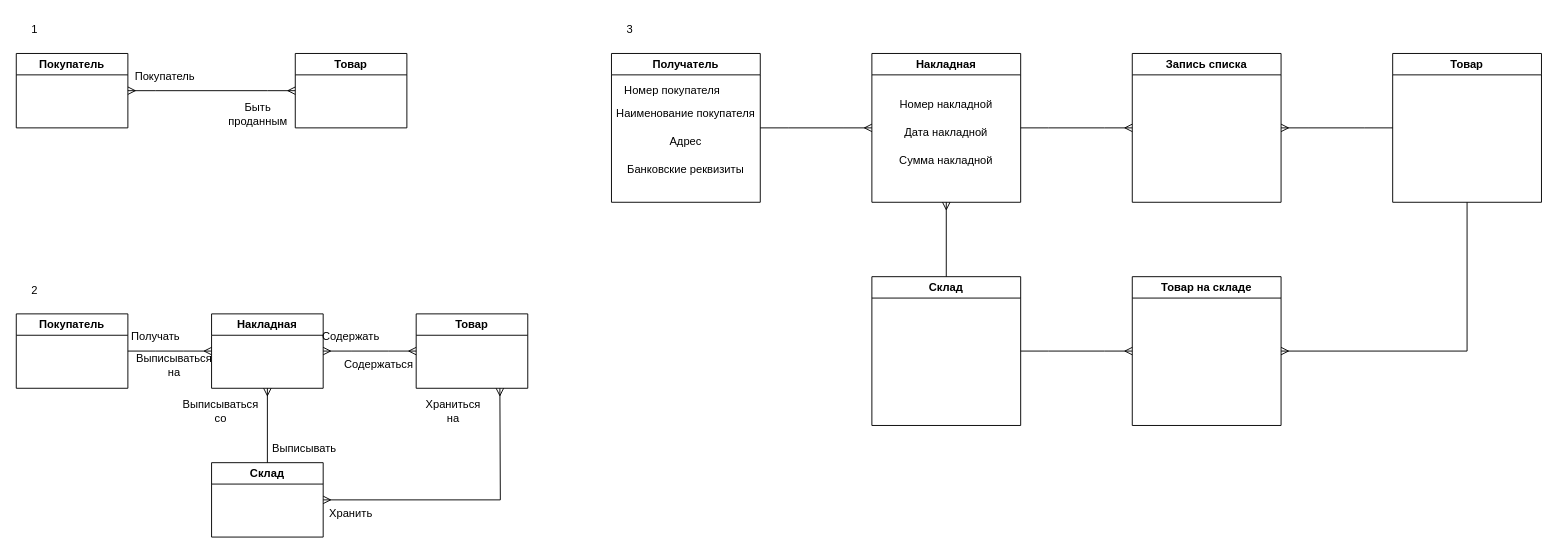
Before: Схема_1.drawio in Deviant1407/Info-Security-and-Data-Base, a draw.io diagram. Source tidied: cells renumbered, new cells numbered last; positions are measured from the earlier drawing's top-left corner, leaving out a move shared by most shapes. Both pictures are drawn from the tidied source at 93%, with x=0, y=0 at pixel (16, 16).
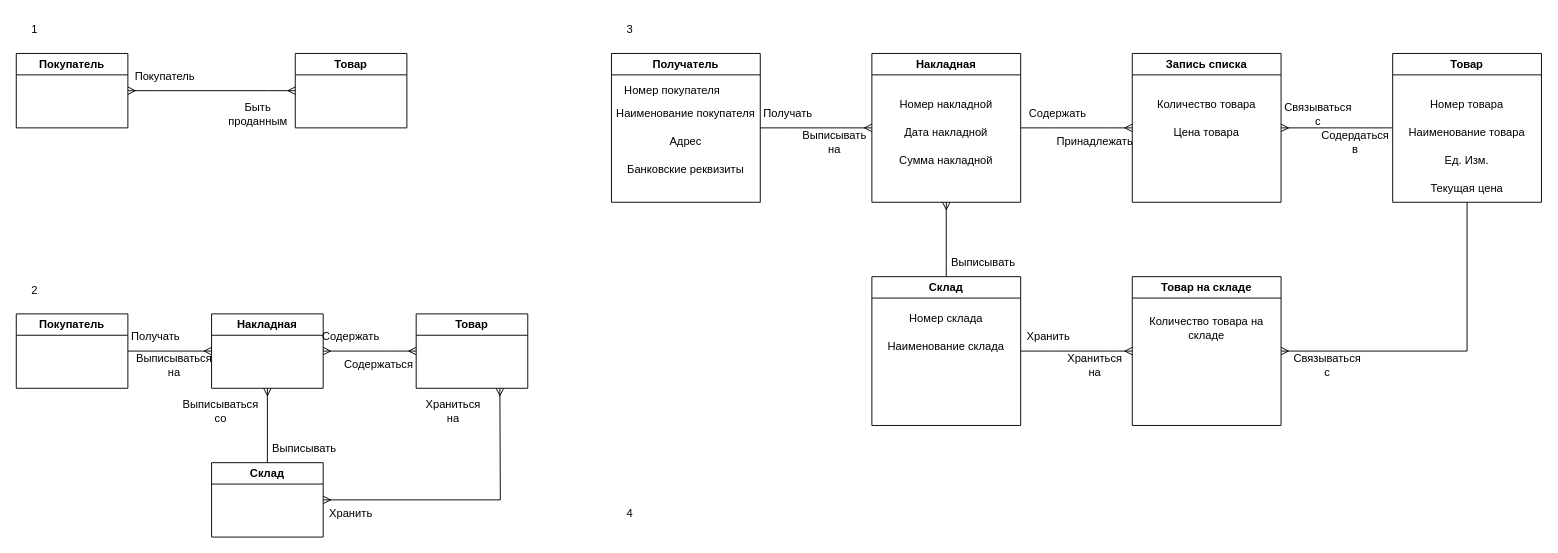
Above is the later version.

Unchanged cells that the change refers to:
```xml
<mxCell id="35" value="Запись списка" style="swimlane;whiteSpace=wrap;html=1;" parent="1" vertex="1">
  <mxGeometry x="1200" y="40" width="160" height="160" as="geometry" />
</mxCell>
<mxCell id="36" value="Склад" style="swimlane;whiteSpace=wrap;html=1;" parent="1" vertex="1">
  <mxGeometry x="920" y="280" width="160" height="160" as="geometry" />
</mxCell>
<mxCell id="38" value="Товар" style="swimlane;whiteSpace=wrap;html=1;" parent="1" vertex="1">
  <mxGeometry x="1480" y="40" width="160" height="160" as="geometry" />
</mxCell>
```

Diff of the diagram source:
```diff
@@
+    <mxCell id="45" value="Количество товара" style="text;html=1;strokeColor=none;fillColor=none;align=center;verticalAlign=middle;whiteSpace=wrap;rounded=0;" parent="35" vertex="1">
+      <mxGeometry y="40" width="160" height="30" as="geometry" />
+    </mxCell>
+    <mxCell id="46" value="Цена товара" style="text;html=1;strokeColor=none;fillColor=none;align=center;verticalAlign=middle;whiteSpace=wrap;rounded=0;" parent="35" vertex="1">
+      <mxGeometry y="70" width="160" height="30" as="geometry" />
+    </mxCell>
@@
+    <mxCell id="47" value="Номер склада" style="text;html=1;strokeColor=none;fillColor=none;align=center;verticalAlign=middle;whiteSpace=wrap;rounded=0;" parent="36" vertex="1">
+      <mxGeometry y="30" width="160" height="30" as="geometry" />
+    </mxCell>
@@
+    <mxCell id="48" value="Номер товара" style="text;html=1;strokeColor=none;fillColor=none;align=center;verticalAlign=middle;whiteSpace=wrap;rounded=0;" parent="38" vertex="1">
+      <mxGeometry y="40" width="160" height="30" as="geometry" />
+    </mxCell>
+    <mxCell id="49" value="Наименование товара" style="text;html=1;strokeColor=none;fillColor=none;align=center;verticalAlign=middle;whiteSpace=wrap;rounded=0;" parent="38" vertex="1">
+      <mxGeometry y="70" width="160" height="30" as="geometry" />
+    </mxCell>
+    <mxCell id="50" value="Ед. Изм." style="text;html=1;strokeColor=none;fillColor=none;align=center;verticalAlign=middle;whiteSpace=wrap;rounded=0;" parent="38" vertex="1">
+      <mxGeometry y="100" width="160" height="30" as="geometry" />
+    </mxCell>
+    <mxCell id="51" value="Текущая цена" style="text;html=1;strokeColor=none;fillColor=none;align=center;verticalAlign=middle;whiteSpace=wrap;rounded=0;" parent="38" vertex="1">
+      <mxGeometry y="130" width="160" height="30" as="geometry" />
+    </mxCell>
@@
+    <mxCell id="52" value="Наименование склада" style="text;html=1;strokeColor=none;fillColor=none;align=center;verticalAlign=middle;whiteSpace=wrap;rounded=0;" parent="1" vertex="1">
+      <mxGeometry x="920" y="340" width="160" height="30" as="geometry" />
+    </mxCell>
+    <mxCell id="53" value="Количество товара на складе" style="text;html=1;strokeColor=none;fillColor=none;align=center;verticalAlign=middle;whiteSpace=wrap;rounded=0;" parent="1" vertex="1">
+      <mxGeometry x="1200" y="320" width="160" height="30" as="geometry" />
+    </mxCell>
+    <mxCell id="54" value="Получать" style="text;html=1;strokeColor=none;fillColor=none;align=center;verticalAlign=middle;whiteSpace=wrap;rounded=0;" parent="1" vertex="1">
+      <mxGeometry x="800" y="90" width="60" height="30" as="geometry" />
+    </mxCell>
+    <mxCell id="55" value="Выписывать на" style="text;html=1;strokeColor=none;fillColor=none;align=center;verticalAlign=middle;whiteSpace=wrap;rounded=0;" parent="1" vertex="1">
+      <mxGeometry x="850" y="120" width="60" height="30" as="geometry" />
+    </mxCell>
+    <mxCell id="56" value="Содержать" style="text;html=1;strokeColor=none;fillColor=none;align=center;verticalAlign=middle;whiteSpace=wrap;rounded=0;" parent="1" vertex="1">
+      <mxGeometry x="1090" y="90" width="60" height="30" as="geometry" />
+    </mxCell>
+    <mxCell id="57" value="Принадлежать" style="text;html=1;strokeColor=none;fillColor=none;align=center;verticalAlign=middle;whiteSpace=wrap;rounded=0;" parent="1" vertex="1">
+      <mxGeometry x="1130" y="120" width="60" height="30" as="geometry" />
+    </mxCell>
+    <mxCell id="58" value="Связываться с" style="text;html=1;strokeColor=none;fillColor=none;align=center;verticalAlign=middle;whiteSpace=wrap;rounded=0;" parent="1" vertex="1">
+      <mxGeometry x="1370" y="90" width="60" height="30" as="geometry" />
+    </mxCell>
+    <mxCell id="59" value="Содердаться в" style="text;html=1;strokeColor=none;fillColor=none;align=center;verticalAlign=middle;whiteSpace=wrap;rounded=0;" parent="1" vertex="1">
+      <mxGeometry x="1410" y="120" width="60" height="30" as="geometry" />
+    </mxCell>
+    <mxCell id="60" value="Выписывать" style="text;html=1;strokeColor=none;fillColor=none;align=center;verticalAlign=middle;whiteSpace=wrap;rounded=0;" parent="1" vertex="1">
+      <mxGeometry x="1010" y="250" width="60" height="30" as="geometry" />
+    </mxCell>
+    <mxCell id="61" value="Хранить" style="text;html=1;strokeColor=none;fillColor=none;align=center;verticalAlign=middle;whiteSpace=wrap;rounded=0;" parent="1" vertex="1">
+      <mxGeometry x="1080" y="330" width="60" height="30" as="geometry" />
+    </mxCell>
+    <mxCell id="62" value="Храниться на" style="text;html=1;strokeColor=none;fillColor=none;align=center;verticalAlign=middle;whiteSpace=wrap;rounded=0;" parent="1" vertex="1">
+      <mxGeometry x="1130" y="360" width="60" height="30" as="geometry" />
+    </mxCell>
+    <mxCell id="63" value="Связываться с" style="text;html=1;strokeColor=none;fillColor=none;align=center;verticalAlign=middle;whiteSpace=wrap;rounded=0;" parent="1" vertex="1">
+      <mxGeometry x="1380" y="360" width="60" height="30" as="geometry" />
+    </mxCell>
+    <mxCell id="64" value="4" style="text;html=1;strokeColor=none;fillColor=none;align=center;verticalAlign=middle;whiteSpace=wrap;rounded=0;" parent="1" vertex="1">
+      <mxGeometry x="640" y="520" width="40" height="30" as="geometry" />
+    </mxCell>
```
